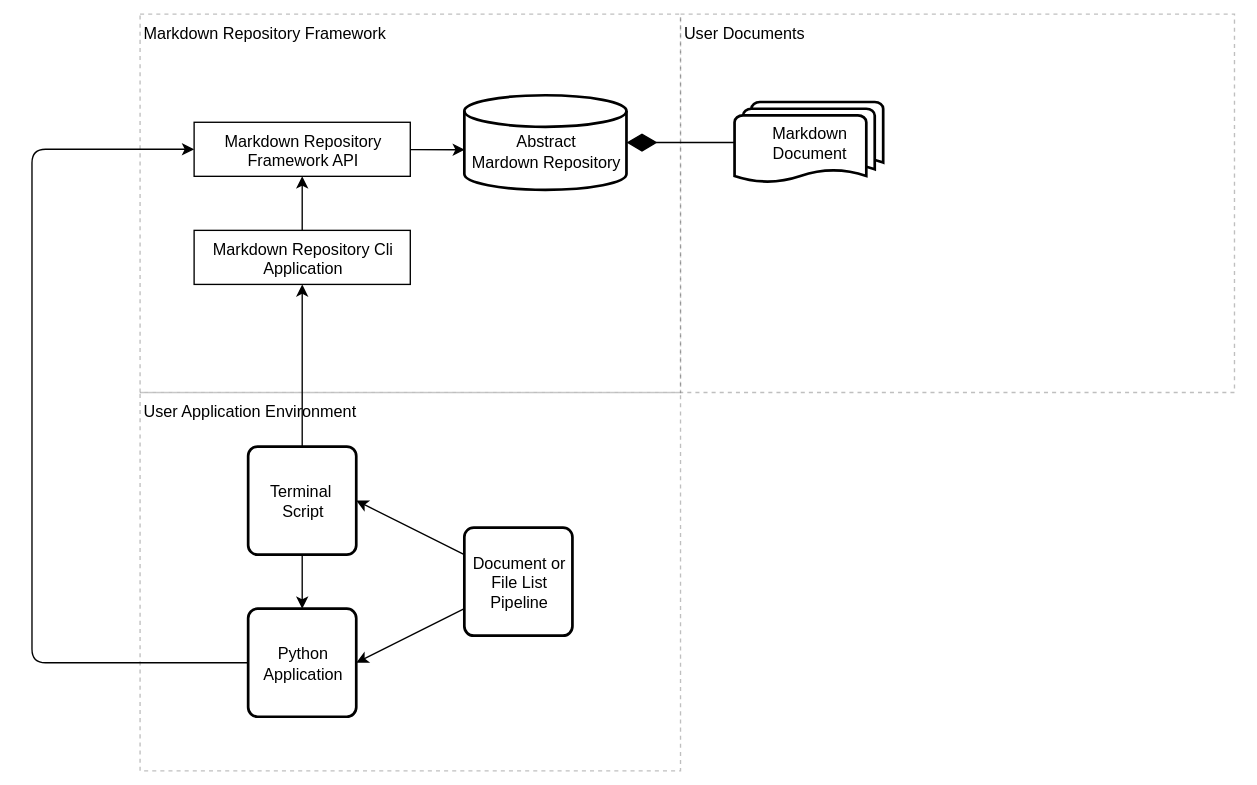
Above: support/repositories/images/context-diagram.svg in alvaro-osvaldo-tm/markdown-repository (draw.io), before the change. Source tidied: cells renumbered, new cells last; positions are measured from the earlier drawing's top-left corner, leaving out a move shared by most shapes. Its diagram source:
```xml
<mxGraphModel>
  <root>
    <mxCell id="0" />
    <mxCell id="1" parent="0" />
    <mxCell id="2" value="User Documents" style="rounded=0;whiteSpace=wrap;html=1;fillColor=default;opacity=25;dashed=1;verticalAlign=top;align=left;" parent="1" vertex="1">
      <mxGeometry x="480" width="410" height="280" as="geometry" />
    </mxCell>
    <mxCell id="3" value="User Application Environment" style="rounded=0;whiteSpace=wrap;html=1;fillColor=default;opacity=25;dashed=1;verticalAlign=top;align=left;" parent="1" vertex="1">
      <mxGeometry x="80" y="280" width="400" height="280" as="geometry" />
    </mxCell>
    <mxCell id="4" value="Markdown Repository Framework" style="rounded=0;whiteSpace=wrap;html=1;fillColor=default;opacity=25;dashed=1;verticalAlign=top;align=left;" parent="1" vertex="1">
      <mxGeometry x="80" width="400" height="280" as="geometry" />
    </mxCell>
    <mxCell id="5" style="edgeStyle=none;html=1;entryX=0;entryY=0.5;entryDx=0;entryDy=0;entryPerimeter=0;strokeColor=#000000;fillColor=#ffe6cc;endArrow=none;endFill=0;startArrow=diamondThin;startFill=1;strokeWidth=1;targetPerimeterSpacing=0;sourcePerimeterSpacing=0;startSize=20;exitX=1;exitY=0.5;exitDx=0;exitDy=0;exitPerimeter=0;" parent="1" edge="1" source="8" target="9">
      <mxGeometry relative="1" as="geometry" />
    </mxCell>
    <mxCell id="6" style="edgeStyle=none;html=1;entryX=0.5;entryY=1;entryDx=0;entryDy=0;" parent="1" edge="1" source="7" target="10">
      <mxGeometry relative="1" as="geometry" />
    </mxCell>
    <mxCell id="7" value="Markdown Repository Cli Application" style="rounded=0;whiteSpace=wrap;html=1;horizontal=1;verticalAlign=top;" parent="1" vertex="1">
      <mxGeometry x="120" y="160" width="160" height="40" as="geometry" />
    </mxCell>
    <mxCell id="8" value="Abstract&lt;br style=&quot;font-size: 12px;&quot;&gt;Mardown Repository" style="strokeWidth=2;html=1;shape=mxgraph.flowchart.database;whiteSpace=wrap;verticalAlign=middle;align=center;fontSize=12;spacingTop=12;" parent="1" vertex="1">
      <mxGeometry x="320" y="60" width="120" height="70" as="geometry" />
    </mxCell>
    <mxCell id="9" value="Markdown Document" style="strokeWidth=2;html=1;shape=mxgraph.flowchart.multi-document;whiteSpace=wrap;" parent="1" vertex="1">
      <mxGeometry x="520" y="65" width="110" height="60" as="geometry" />
    </mxCell>
    <mxCell id="10" value="Markdown Repository Framework API" style="rounded=0;whiteSpace=wrap;html=1;horizontal=1;verticalAlign=top;" parent="1" vertex="1">
      <mxGeometry x="120" y="80" width="160" height="40" as="geometry" />
    </mxCell>
    <mxCell id="11" style="edgeStyle=none;html=1;entryX=0.003;entryY=0.576;entryDx=0;entryDy=0;entryPerimeter=0;" parent="1" edge="1" source="10" target="8">
      <mxGeometry relative="1" as="geometry" />
    </mxCell>
    <mxCell id="12" style="edgeStyle=none;html=1;" parent="1" edge="1" source="14" target="7">
      <mxGeometry relative="1" as="geometry" />
    </mxCell>
    <mxCell id="13" style="edgeStyle=none;html=1;entryX=0.5;entryY=0;entryDx=0;entryDy=0;" parent="1" edge="1" source="14" target="16">
      <mxGeometry relative="1" as="geometry" />
    </mxCell>
    <mxCell id="14" value="Terminal&amp;nbsp;&lt;br&gt;Script" style="rounded=1;whiteSpace=wrap;html=1;absoluteArcSize=1;arcSize=14;strokeWidth=2;" parent="1" vertex="1">
      <mxGeometry x="160" y="320" width="80" height="80" as="geometry" />
    </mxCell>
    <mxCell id="15" style="edgeStyle=none;html=1;entryX=0;entryY=0.5;entryDx=0;entryDy=0;" parent="1" edge="1" source="16" target="10">
      <mxGeometry relative="1" as="geometry">
        <Array as="points">
          <mxPoint y="480" />
          <mxPoint y="100" />
        </Array>
      </mxGeometry>
    </mxCell>
    <mxCell id="16" value="Python Application" style="rounded=1;whiteSpace=wrap;html=1;absoluteArcSize=1;arcSize=14;strokeWidth=2;" parent="1" vertex="1">
      <mxGeometry x="160" y="440" width="80" height="80" as="geometry" />
    </mxCell>
    <mxCell id="17" style="edgeStyle=none;html=1;entryX=1;entryY=0.5;entryDx=0;entryDy=0;" parent="1" edge="1" source="19" target="14">
      <mxGeometry relative="1" as="geometry" />
    </mxCell>
    <mxCell id="18" style="edgeStyle=none;html=1;entryX=1;entryY=0.5;entryDx=0;entryDy=0;" parent="1" edge="1" source="19" target="16">
      <mxGeometry relative="1" as="geometry" />
    </mxCell>
    <mxCell id="19" value="Document or File List&lt;br&gt;Pipeline" style="rounded=1;whiteSpace=wrap;html=1;absoluteArcSize=1;arcSize=14;strokeWidth=2;" parent="1" vertex="1">
      <mxGeometry x="320" y="380" width="80" height="80" as="geometry" />
    </mxCell>
  </root>
</mxGraphModel>
```
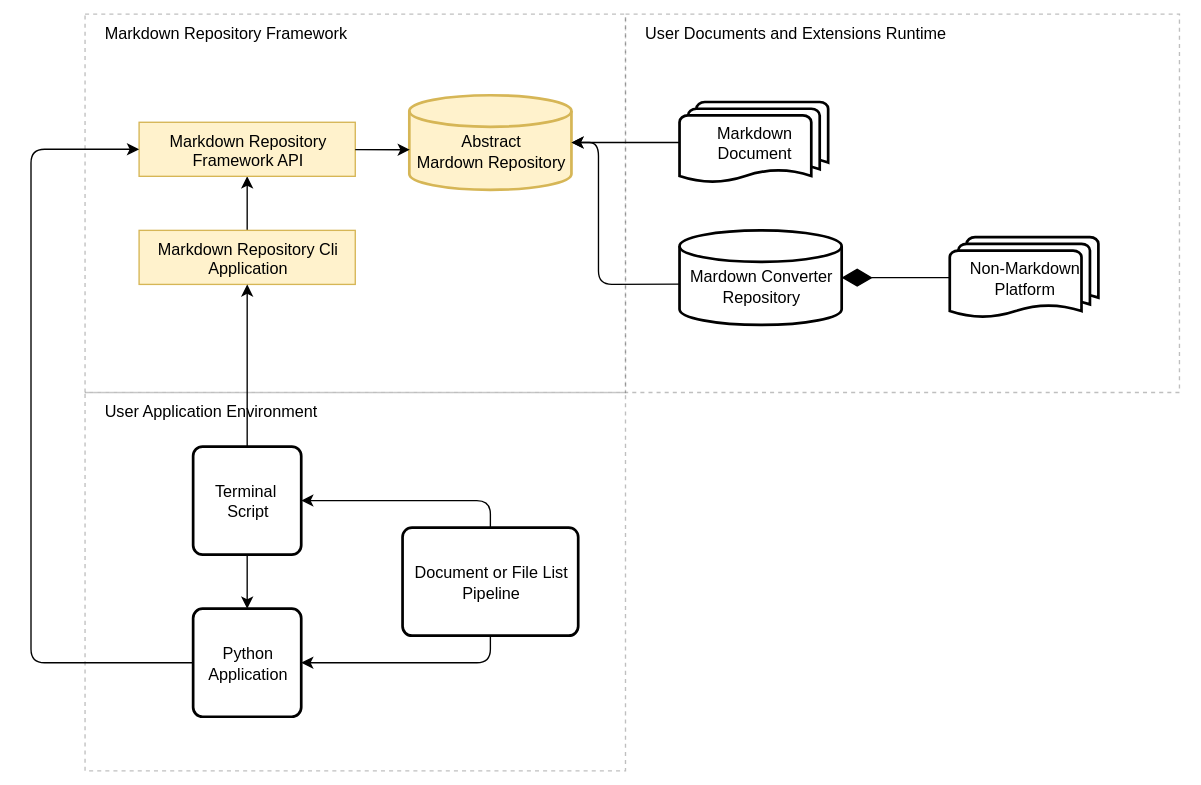
After the commit.

Commit message:
docs: Added color in the 'Context Diagram'

The edit, as a diff of the source:
```diff
@@ -2,31 +2,31 @@
   <root>
     <mxCell id="0" />
     <mxCell id="1" parent="0" />
-    <mxCell id="2" value="User Documents" style="rounded=0;whiteSpace=wrap;html=1;fillColor=default;opacity=25;dashed=1;verticalAlign=top;align=left;" parent="1" vertex="1">
+    <mxCell id="2" value="User Documents and Extensions Runtime" style="rounded=0;whiteSpace=wrap;html=1;fillColor=default;opacity=25;dashed=1;verticalAlign=top;align=left;spacingLeft=12;spacingTop=0;" parent="1" vertex="1">
       <mxGeometry x="480" width="410" height="280" as="geometry" />
     </mxCell>
-    <mxCell id="3" value="User Application Environment" style="rounded=0;whiteSpace=wrap;html=1;fillColor=default;opacity=25;dashed=1;verticalAlign=top;align=left;" parent="1" vertex="1">
+    <mxCell id="3" value="User Application Environment" style="rounded=0;whiteSpace=wrap;html=1;fillColor=default;opacity=25;dashed=1;verticalAlign=top;align=left;spacingLeft=12;" parent="1" vertex="1">
       <mxGeometry x="80" y="280" width="400" height="280" as="geometry" />
     </mxCell>
-    <mxCell id="4" value="Markdown Repository Framework" style="rounded=0;whiteSpace=wrap;html=1;fillColor=default;opacity=25;dashed=1;verticalAlign=top;align=left;" parent="1" vertex="1">
+    <mxCell id="4" value="Markdown Repository Framework" style="rounded=0;whiteSpace=wrap;html=1;fillColor=default;opacity=25;dashed=1;verticalAlign=top;align=left;spacingLeft=12;" parent="1" vertex="1">
       <mxGeometry x="80" width="400" height="280" as="geometry" />
     </mxCell>
-    <mxCell id="5" style="edgeStyle=none;html=1;entryX=0;entryY=0.5;entryDx=0;entryDy=0;entryPerimeter=0;strokeColor=#000000;fillColor=#ffe6cc;endArrow=none;endFill=0;startArrow=diamondThin;startFill=1;strokeWidth=1;targetPerimeterSpacing=0;sourcePerimeterSpacing=0;startSize=20;exitX=1;exitY=0.5;exitDx=0;exitDy=0;exitPerimeter=0;" parent="1" edge="1" source="8" target="9">
-      <mxGeometry relative="1" as="geometry" />
-    </mxCell>
     <mxCell id="6" style="edgeStyle=none;html=1;entryX=0.5;entryY=1;entryDx=0;entryDy=0;" parent="1" edge="1" source="7" target="10">
       <mxGeometry relative="1" as="geometry" />
     </mxCell>
-    <mxCell id="7" value="Markdown Repository Cli Application" style="rounded=0;whiteSpace=wrap;html=1;horizontal=1;verticalAlign=top;" parent="1" vertex="1">
+    <mxCell id="7" value="Markdown Repository Cli Application" style="rounded=0;whiteSpace=wrap;html=1;horizontal=1;verticalAlign=top;fillColor=#fff2cc;strokeColor=#d6b656;" parent="1" vertex="1">
       <mxGeometry x="120" y="160" width="160" height="40" as="geometry" />
     </mxCell>
-    <mxCell id="8" value="Abstract&lt;br style=&quot;font-size: 12px;&quot;&gt;Mardown Repository" style="strokeWidth=2;html=1;shape=mxgraph.flowchart.database;whiteSpace=wrap;verticalAlign=middle;align=center;fontSize=12;spacingTop=12;" parent="1" vertex="1">
+    <mxCell id="8" value="Abstract&lt;br style=&quot;font-size: 12px;&quot;&gt;Mardown Repository" style="strokeWidth=2;html=1;shape=mxgraph.flowchart.database;whiteSpace=wrap;verticalAlign=middle;align=center;fontSize=12;spacingTop=12;fillColor=#fff2cc;strokeColor=#d6b656;" parent="1" vertex="1">
       <mxGeometry x="320" y="60" width="120" height="70" as="geometry" />
     </mxCell>
+    <mxCell id="20" style="edgeStyle=none;html=1;" parent="1" edge="1" source="9" target="8">
+      <mxGeometry relative="1" as="geometry" />
+    </mxCell>
     <mxCell id="9" value="Markdown Document" style="strokeWidth=2;html=1;shape=mxgraph.flowchart.multi-document;whiteSpace=wrap;" parent="1" vertex="1">
       <mxGeometry x="520" y="65" width="110" height="60" as="geometry" />
     </mxCell>
-    <mxCell id="10" value="Markdown Repository Framework API" style="rounded=0;whiteSpace=wrap;html=1;horizontal=1;verticalAlign=top;" parent="1" vertex="1">
+    <mxCell id="10" value="Markdown Repository Framework API" style="rounded=0;whiteSpace=wrap;html=1;horizontal=1;verticalAlign=top;fillColor=#fff2cc;strokeColor=#d6b656;" parent="1" vertex="1">
       <mxGeometry x="120" y="80" width="160" height="40" as="geometry" />
     </mxCell>
     <mxCell id="11" style="edgeStyle=none;html=1;entryX=0.003;entryY=0.576;entryDx=0;entryDy=0;entryPerimeter=0;" parent="1" edge="1" source="10" target="8">
@@ -44,8 +44,8 @@
     <mxCell id="15" style="edgeStyle=none;html=1;entryX=0;entryY=0.5;entryDx=0;entryDy=0;" parent="1" edge="1" source="16" target="10">
       <mxGeometry relative="1" as="geometry">
         <Array as="points">
-          <mxPoint y="480" />
-          <mxPoint y="100" />
+          <mxPoint x="40" y="480" />
+          <mxPoint x="40" y="100" />
         </Array>
       </mxGeometry>
     </mxCell>
@@ -53,13 +53,38 @@
       <mxGeometry x="160" y="440" width="80" height="80" as="geometry" />
     </mxCell>
     <mxCell id="17" style="edgeStyle=none;html=1;entryX=1;entryY=0.5;entryDx=0;entryDy=0;" parent="1" edge="1" source="19" target="14">
-      <mxGeometry relative="1" as="geometry" />
+      <mxGeometry relative="1" as="geometry">
+        <Array as="points">
+          <mxPoint x="380" y="360" />
+        </Array>
+      </mxGeometry>
     </mxCell>
     <mxCell id="18" style="edgeStyle=none;html=1;entryX=1;entryY=0.5;entryDx=0;entryDy=0;" parent="1" edge="1" source="19" target="16">
-      <mxGeometry relative="1" as="geometry" />
+      <mxGeometry relative="1" as="geometry">
+        <Array as="points">
+          <mxPoint x="380" y="480" />
+        </Array>
+      </mxGeometry>
     </mxCell>
     <mxCell id="19" value="Document or File List&lt;br&gt;Pipeline" style="rounded=1;whiteSpace=wrap;html=1;absoluteArcSize=1;arcSize=14;strokeWidth=2;" parent="1" vertex="1">
-      <mxGeometry x="320" y="380" width="80" height="80" as="geometry" />
+      <mxGeometry x="315" y="380" width="130" height="80" as="geometry" />
     </mxCell>
+    <mxCell id="21" value="Mardown Converter Repository" style="strokeWidth=2;html=1;shape=mxgraph.flowchart.database;whiteSpace=wrap;verticalAlign=middle;align=center;fontSize=12;spacingTop=12;" parent="1" vertex="1">
+      <mxGeometry x="520" y="160" width="120" height="70" as="geometry" />
+    </mxCell>
+    <mxCell id="22" value="Non-Markdown Platform" style="strokeWidth=2;html=1;shape=mxgraph.flowchart.multi-document;whiteSpace=wrap;" parent="1" vertex="1">
+      <mxGeometry x="720" y="165" width="110" height="60" as="geometry" />
+    </mxCell>
+    <mxCell id="23" style="edgeStyle=none;html=1;entryX=0;entryY=0.5;entryDx=0;entryDy=0;entryPerimeter=0;strokeColor=#000000;fillColor=#ffe6cc;endArrow=none;endFill=0;startArrow=diamondThin;startFill=1;strokeWidth=1;targetPerimeterSpacing=0;sourcePerimeterSpacing=0;startSize=20;exitX=1;exitY=0.5;exitDx=0;exitDy=0;exitPerimeter=0;" parent="1" edge="1" source="21" target="22">
+      <mxGeometry relative="1" as="geometry" />
+    </mxCell>
+    <mxCell id="24" style="edgeStyle=none;html=1;entryX=1;entryY=0.5;entryDx=0;entryDy=0;entryPerimeter=0;exitX=0.002;exitY=0.569;exitDx=0;exitDy=0;exitPerimeter=0;" parent="1" edge="1" source="21" target="8">
+      <mxGeometry relative="1" as="geometry">
+        <Array as="points">
+          <mxPoint x="460" y="200" />
+          <mxPoint x="460" y="95" />
+        </Array>
+      </mxGeometry>
+    </mxCell>
   </root>
 </mxGraphModel>
```
